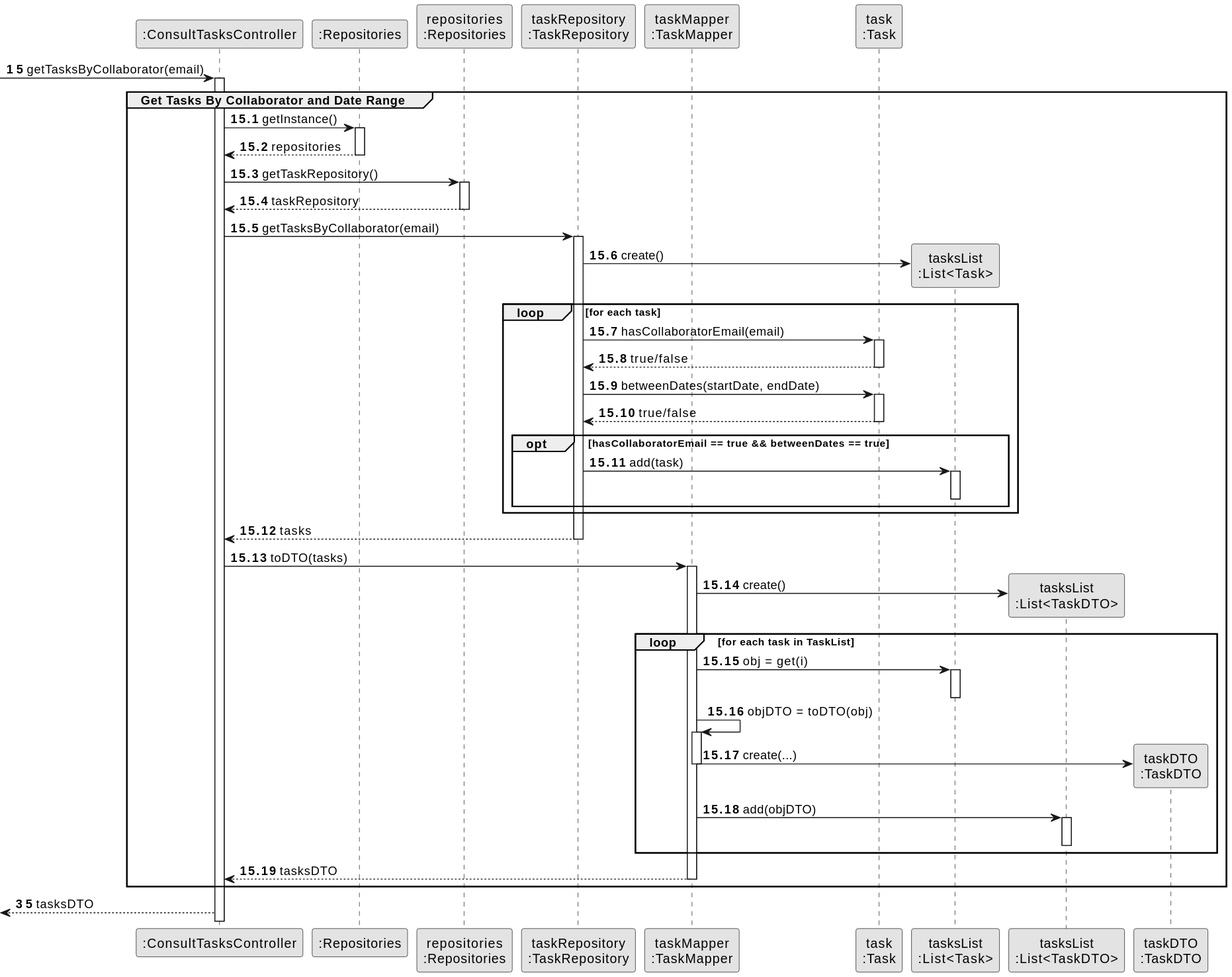
Above: docs/sprintC/us028/03.design/svg/us028-sequence-diagram-partial-get-tasks.svg in Departamento-de-Engenharia-Informatica/lei-24-s2-1dm-g132 (PlantUML), before the change.
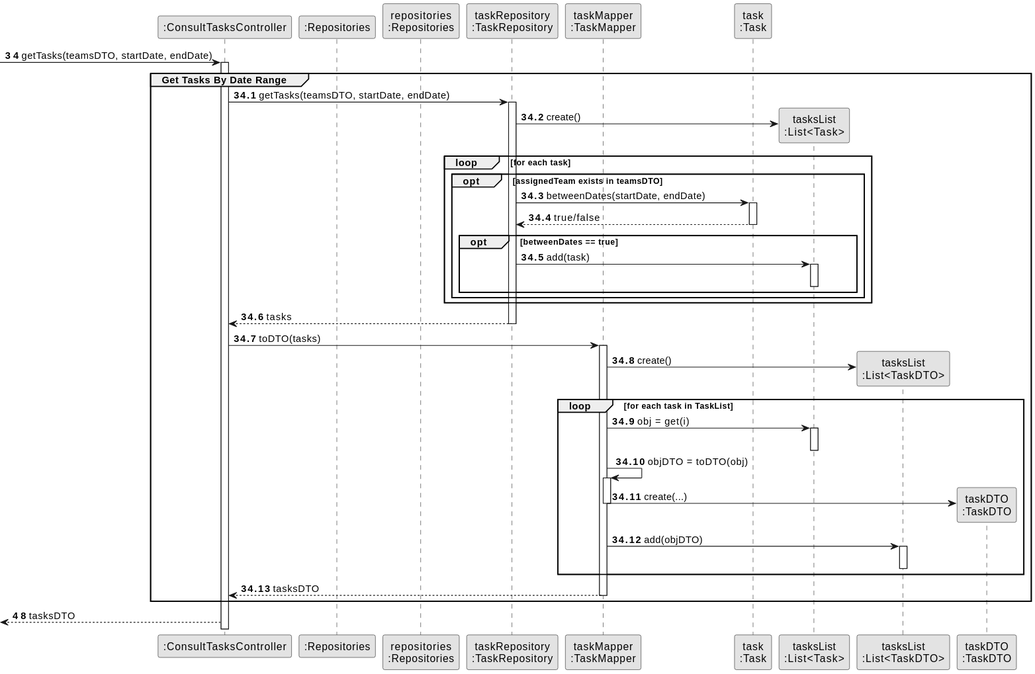
After the change.

Commit message:
US28 documentation: changed how to get tasks by team

What changed in the source:
```diff
@@ -13,78 +13,63 @@
 participant "tasksList\n:List<TaskDTO>" as TasksListDTO
 participant "taskDTO\n:TaskDTO" as TaskDTO
 
-autonumber 15
--> CTRL : getTasksByCollaborator(email)
+autonumber 34
+-> CTRL : getTasks(teamsDTO, startDate, endDate)
 
-autonumber 15.1
+autonumber 34.1
 
 activate CTRL
-    group Get Tasks By Collaborator and Date Range
-           CTRL -> RepositorySingleton : getInstance()
-           activate RepositorySingleton
-
-           RepositorySingleton --> CTRL: repositories
-           deactivate RepositorySingleton
-
-           CTRL -> PLAT : getTaskRepository()
-           activate PLAT
-
-           PLAT --> CTRL: taskRepository
-           deactivate PLAT
-
-           CTRL -> TaskRepository : getTasksByCollaborator(email)
+    group Get Tasks By Date Range
+           CTRL -> TaskRepository : getTasks(teamsDTO, startDate, endDate)
            activate TaskRepository
 
            TaskRepository -> TasksList ** : create()
            loop for each task
-           TaskRepository -> Task : hasCollaboratorEmail(email)
-           activate Task
+               opt assignedTeam exists in teamsDTO
+                   TaskRepository -> Task : betweenDates(startDate, endDate)
+                   activate Task
 
-           Task --> TaskRepository : true/false
-           deactivate Task
+                   Task --> TaskRepository : true/false
+                   deactivate Task
 
-           TaskRepository -> Task : betweenDates(startDate, endDate)
-           activate Task
+                   opt betweenDates == true
+                       TaskRepository -> TasksList : add(task)
+                       activate TasksList
+                       deactivate TasksList
+                   end opt
 
-           Task --> TaskRepository : true/false
-           deactivate Task
-
-           opt hasCollaboratorEmail == true && betweenDates == true
-               TaskRepository -> TasksList : add(task)
-               activate TasksList
-               deactivate TasksList
-           end opt
+               end opt
 
            end loop
 
            TaskRepository --> CTRL : tasks
            deactivate TaskRepository
 
-           CTRL -> TaskMapper : toDTO(tasks)
-           activate TaskMapper
+       CTRL -> TaskMapper : toDTO(tasks)
+       activate TaskMapper
 
-           TaskMapper -> TasksListDTO ** : create()
-           loop for each task in TaskList
-           TaskMapper -> TasksList : obj = get(i)
-           activate TasksList
-           deactivate TasksList
+       TaskMapper -> TasksListDTO ** : create()
+       loop for each task in TaskList
+       TaskMapper -> TasksList : obj = get(i)
+       activate TasksList
+       deactivate TasksList
 
-           TaskMapper -> TaskMapper : objDTO = toDTO(obj)
-           activate TaskMapper
+       TaskMapper -> TaskMapper : objDTO = toDTO(obj)
+       activate TaskMapper
 
-           TaskMapper -> TaskDTO ** : create(...)
-           deactivate TaskMapper
+       TaskMapper -> TaskDTO ** : create(...)
+       deactivate TaskMapper
 
-           TaskMapper -> TasksListDTO : add(objDTO)
-           activate TasksListDTO
-           deactivate TasksListDTO
+       TaskMapper -> TasksListDTO : add(objDTO)
+       activate TasksListDTO
+       deactivate TasksListDTO
 
-           end loop
+       end loop
 
-           TaskMapper --> CTRL : tasksDTO
-           deactivate TaskMapper
+       TaskMapper --> CTRL : tasksDTO
+       deactivate TaskMapper
 
 end group
-autonumber 35
+autonumber 48
 <-- CTRL : tasksDTO
 @enduml
```
